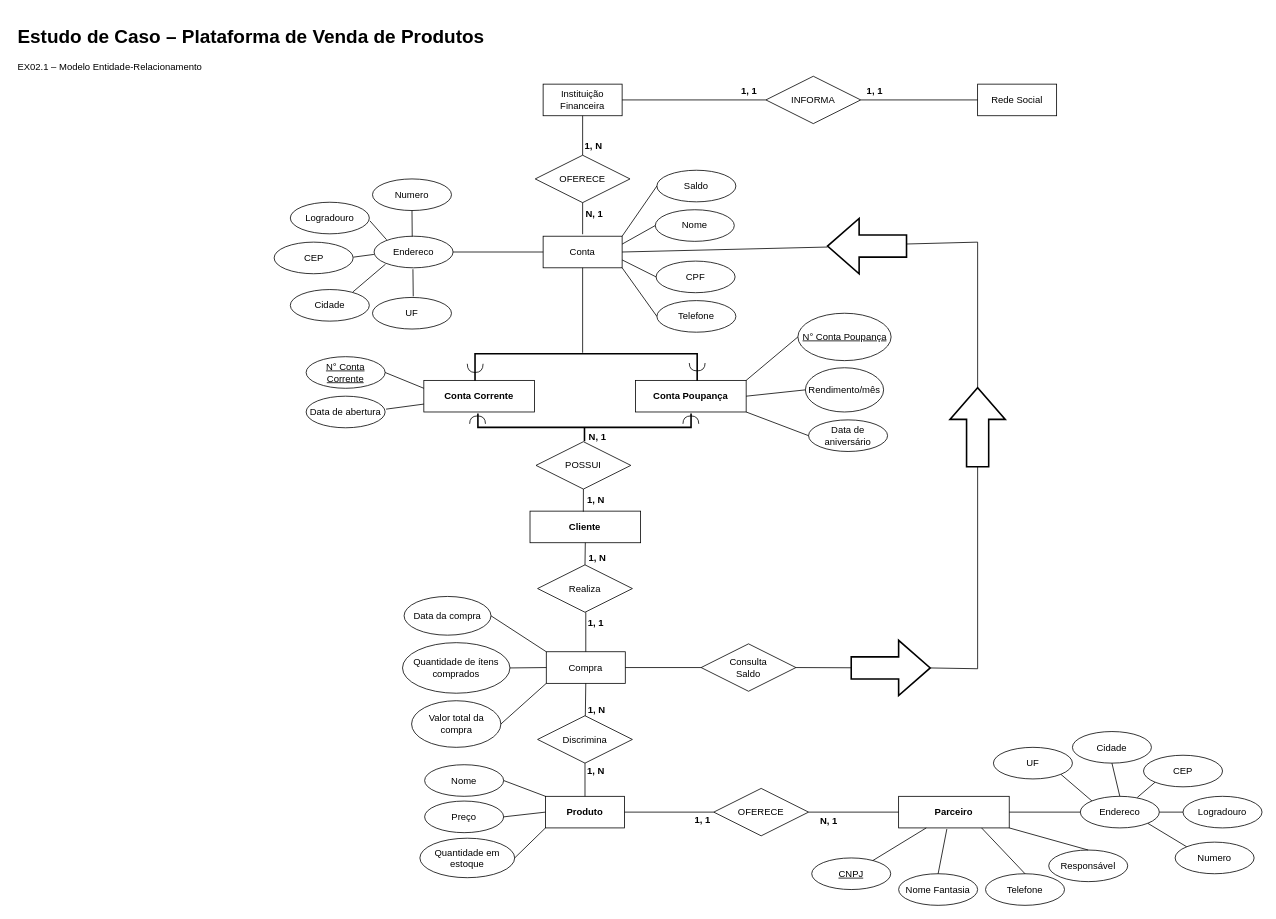
castrokelly/-eEDB-013-2023-1 keeps this draw.io diagram as ex02.1.drawio. Above is the earlier version. Source tidied: cells renumbered, new cells numbered last; positions are measured from the earlier drawing's top-left corner, leaving out a move shared by most shapes. Both pictures are drawn from the tidied source at 79%, with x=0, y=0 at pixel (13, 21).
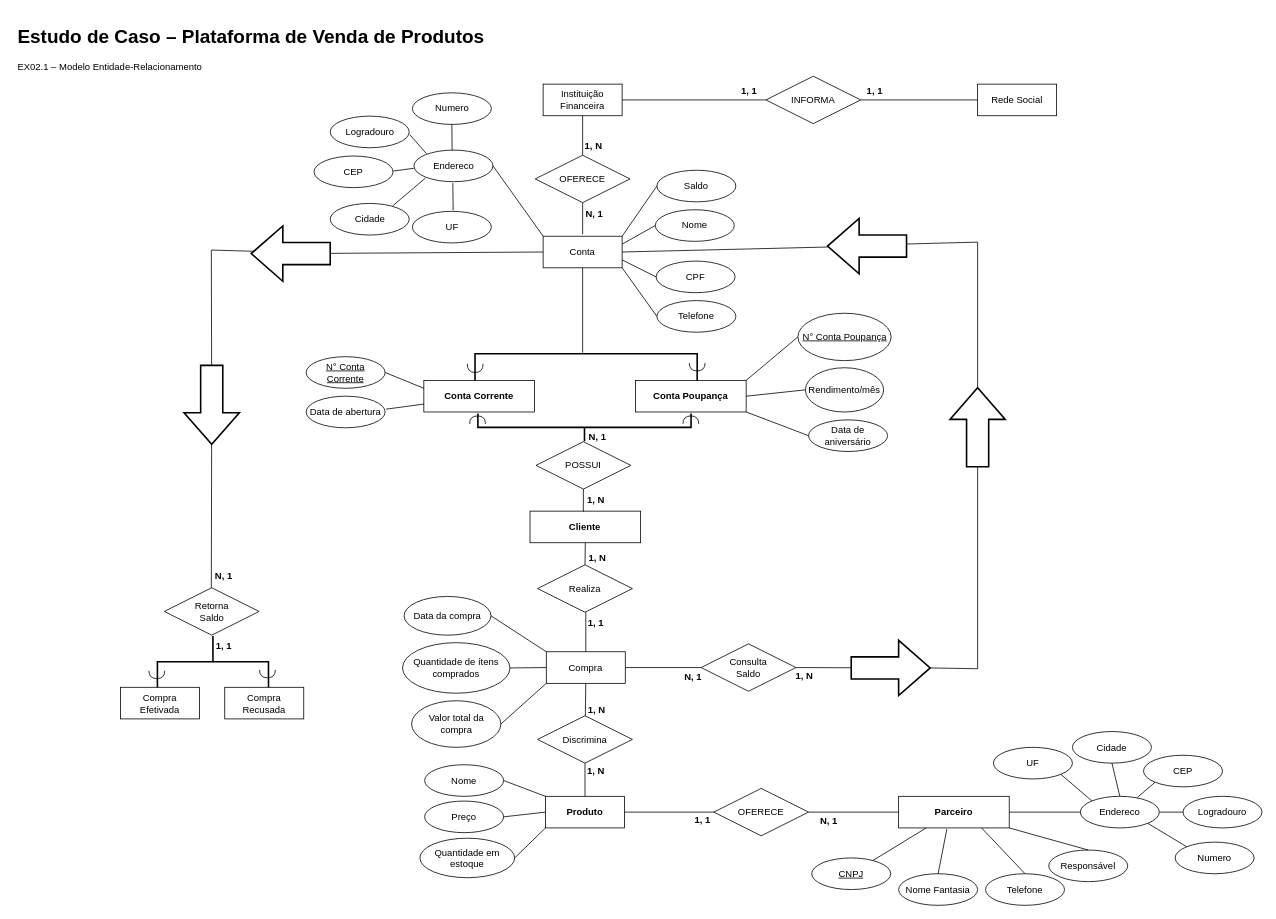
Above is the later version.

Unchanged cells that the change refers to:
```xml
<mxCell id="76" value="Conta" style="whiteSpace=wrap;html=1;align=center;" parent="1" vertex="1">
  <mxGeometry x="670" y="271.5" width="100" height="40" as="geometry" />
</mxCell>
```

Change to the diagram source:
```diff
@@
     <mxCell id="11" value="Endereco" style="ellipse;whiteSpace=wrap;html=1;align=center;" parent="1" vertex="1">
-      <mxGeometry x="456" y="271.5" width="100" height="40" as="geometry" />
+      <mxGeometry x="506.5" y="162.5" width="100" height="40" as="geometry" />
     </mxCell>
     <mxCell id="12" value="Logradouro" style="ellipse;whiteSpace=wrap;html=1;align=center;" parent="1" vertex="1">
-      <mxGeometry x="350" y="228.5" width="100" height="40" as="geometry" />
+      <mxGeometry x="400.5" y="119.5" width="100" height="40" as="geometry" />
     </mxCell>
     <mxCell id="13" value="Numero" style="ellipse;whiteSpace=wrap;html=1;align=center;" parent="1" vertex="1">
-      <mxGeometry x="454" y="199" width="100" height="40" as="geometry" />
+      <mxGeometry x="504.5" y="90" width="100" height="40" as="geometry" />
     </mxCell>
     <mxCell id="14" value="CEP" style="ellipse;whiteSpace=wrap;html=1;align=center;" parent="1" vertex="1">
-      <mxGeometry x="329.5" y="279" width="100" height="40" as="geometry" />
+      <mxGeometry x="380" y="170" width="100" height="40" as="geometry" />
     </mxCell>
     <mxCell id="15" value="Cidade" style="ellipse;whiteSpace=wrap;html=1;align=center;" parent="1" vertex="1">
-      <mxGeometry x="350" y="339" width="100" height="40" as="geometry" />
+      <mxGeometry x="400.5" y="230" width="100" height="40" as="geometry" />
     </mxCell>
     <mxCell id="16" value="UF" style="ellipse;whiteSpace=wrap;html=1;align=center;" parent="1" vertex="1">
-      <mxGeometry x="454" y="349" width="100" height="40" as="geometry" />
+      <mxGeometry x="504.5" y="240" width="100" height="40" as="geometry" />
     </mxCell>
@@
-    <mxCell id="82" style="endArrow=none;html=1;rounded=0;exitX=1;exitY=0.5;exitDx=0;exitDy=0;entryX=0;entryY=0.5;entryDx=0;entryDy=0;" parent="1" edge="1" source="11" target="76">
+    <mxCell id="82" style="endArrow=none;html=1;rounded=0;exitX=1;exitY=0.5;exitDx=0;exitDy=0;entryX=0;entryY=0;entryDx=0;entryDy=0;" parent="1" edge="1" source="11" target="76">
       <mxGeometry relative="1" as="geometry" />
     </mxCell>
@@
+    <mxCell id="121" style="endArrow=none;html=1;rounded=0;entryX=0;entryY=0.5;entryDx=0;entryDy=0;startArrow=none;" parent="1" edge="1" source="126" target="76">
+      <mxGeometry relative="1" as="geometry" />
+    </mxCell>
+    <mxCell id="122" style="endArrow=none;html=1;rounded=0;startArrow=none;" parent="1" edge="1" source="128">
+      <mxGeometry relative="1" as="geometry">
+        <mxPoint x="250" y="719" as="targetPoint" />
+      </mxGeometry>
+    </mxCell>
+    <mxCell id="123" value="&lt;b&gt;N, 1&lt;/b&gt;" style="text;html=1;strokeColor=none;fillColor=none;align=center;verticalAlign=middle;whiteSpace=wrap;rounded=0;" parent="1" vertex="1">
+      <mxGeometry x="830" y="814.5" width="60" height="30" as="geometry" />
+    </mxCell>
+    <mxCell id="124" value="&lt;b&gt;1, N&lt;/b&gt;" style="text;html=1;strokeColor=none;fillColor=none;align=center;verticalAlign=middle;whiteSpace=wrap;rounded=0;" parent="1" vertex="1">
+      <mxGeometry x="971" y="812.5" width="60" height="30" as="geometry" />
+    </mxCell>
+    <mxCell id="125" style="endArrow=none;html=1;rounded=0;entryX=0;entryY=0.5;entryDx=0;entryDy=0;startArrow=none;" parent="1" edge="1" target="126">
+      <mxGeometry relative="1" as="geometry">
+        <mxPoint x="250" y="289" as="sourcePoint" />
+      </mxGeometry>
+    </mxCell>
+    <mxCell id="126" style="verticalLabelPosition=bottom;verticalAlign=top;html=1;strokeWidth=2;shape=mxgraph.arrows2.arrow;dy=0.6;dx=40;notch=0;rotation=-180;" parent="1" vertex="1">
+      <mxGeometry x="300.5" y="258.5" width="100" height="70" as="geometry" />
+    </mxCell>
+    <mxCell id="127" style="endArrow=none;html=1;rounded=0;" parent="1" edge="1" target="128">
+      <mxGeometry relative="1" as="geometry">
+        <mxPoint x="250" y="289" as="sourcePoint" />
+      </mxGeometry>
+    </mxCell>
+    <mxCell id="128" style="verticalLabelPosition=bottom;verticalAlign=top;html=1;strokeWidth=2;shape=mxgraph.arrows2.arrow;dy=0.6;dx=40;notch=0;rotation=90;" parent="1" vertex="1">
+      <mxGeometry x="200.5" y="450" width="100" height="70" as="geometry" />
+    </mxCell>
+    <mxCell id="129" style="strokeWidth=2;html=1;shape=mxgraph.flowchart.annotation_2;align=left;labelPosition=right;rotation=90;" parent="1" vertex="1">
+      <mxGeometry x="219.3" y="739.9" width="65.5" height="140.6" as="geometry" />
+    </mxCell>
+    <mxCell id="130" value="Retorna&lt;br&gt;Saldo" style="shape=rhombus;perimeter=rhombusPerimeter;whiteSpace=wrap;html=1;align=center;" parent="1" vertex="1">
+      <mxGeometry x="190.5" y="716.5" width="120" height="60" as="geometry" />
+    </mxCell>
+    <mxCell id="131" value="&lt;b&gt;N, 1&lt;/b&gt;" style="text;html=1;strokeColor=none;fillColor=none;align=center;verticalAlign=middle;whiteSpace=wrap;rounded=0;" parent="1" vertex="1">
+      <mxGeometry x="235.5" y="686.5" width="60" height="30" as="geometry" />
+    </mxCell>
+    <mxCell id="132" value="&lt;b&gt;1, 1&lt;/b&gt;" style="text;html=1;strokeColor=none;fillColor=none;align=center;verticalAlign=middle;whiteSpace=wrap;rounded=0;" parent="1" vertex="1">
+      <mxGeometry x="235.5" y="774.5" width="60" height="30" as="geometry" />
+    </mxCell>
+    <mxCell id="133" value="Compra&lt;br&gt;Efetivada" style="whiteSpace=wrap;html=1;align=center;" parent="1" vertex="1">
+      <mxGeometry x="135" y="842.5" width="100" height="40" as="geometry" />
+    </mxCell>
+    <mxCell id="134" value="Compra&lt;br&gt;Recusada" style="whiteSpace=wrap;html=1;align=center;" parent="1" vertex="1">
+      <mxGeometry x="267" y="842.5" width="100" height="40" as="geometry" />
+    </mxCell>
+    <mxCell id="135" style="shape=requiredInterface;html=1;verticalLabelPosition=bottom;sketch=0;rotation=90;" parent="1" vertex="1">
+      <mxGeometry x="176" y="816.5" width="10" height="20" as="geometry" />
+    </mxCell>
+    <mxCell id="136" style="shape=requiredInterface;html=1;verticalLabelPosition=bottom;sketch=0;rotation=90;" parent="1" vertex="1">
+      <mxGeometry x="316" y="815.5" width="10" height="20" as="geometry" />
+    </mxCell>
```
